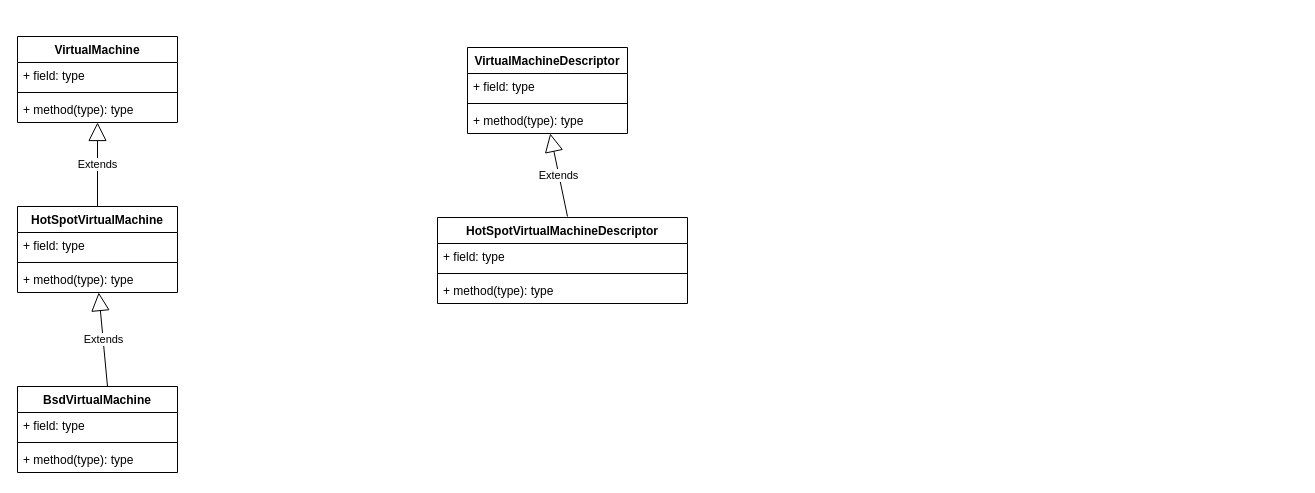
Before: jdk/tools.drawio in tadsimons/draw, a draw.io diagram. Source tidied: cells renumbered, new cells numbered last; positions are measured from the earlier drawing's top-left corner, leaving out a move shared by most shapes. Both pictures are drawn from the tidied source at 100%, with x=0, y=0 at pixel (17, 36).
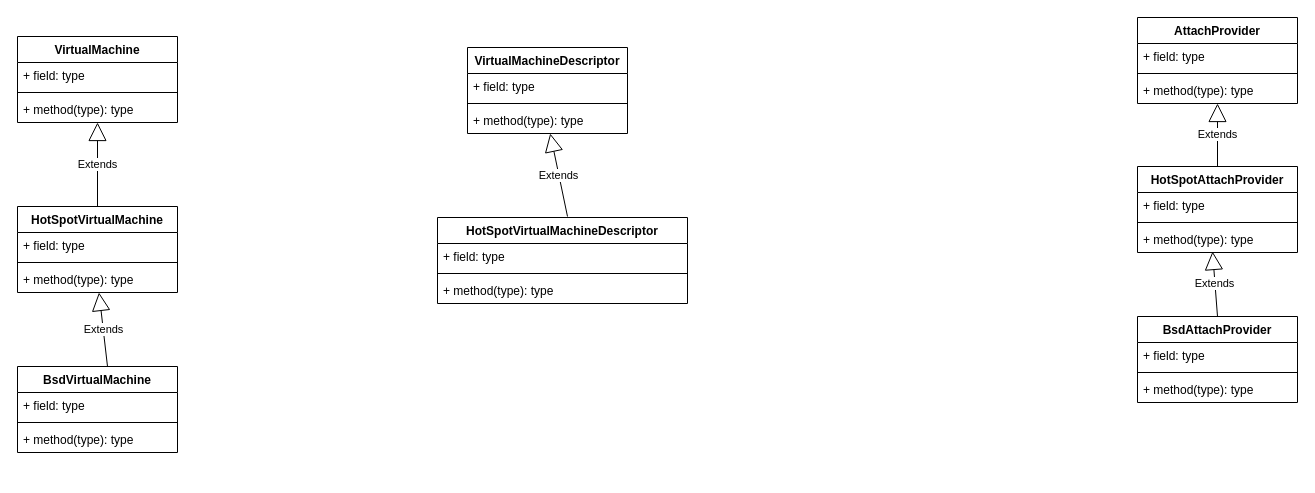
The same diagram, later.

The edit, as a diff of the source:
```diff
@@
     <mxCell id="11" value="BsdVirtualMachine" style="swimlane;fontStyle=1;align=center;verticalAlign=top;horizontal=1;startSize=26;" parent="1" vertex="1">
-      <mxGeometry y="350" width="160" height="86" as="geometry" />
+      <mxGeometry y="330" width="160" height="86" as="geometry" />
     </mxCell>
@@
+    <mxCell id="25" value="AttachProvider" style="swimlane;fontStyle=1;align=center;verticalAlign=top;horizontal=1;startSize=26;fillColor=#FFFFFF;" parent="1" vertex="1">
+      <mxGeometry x="1120" y="-19" width="160" height="86" as="geometry" />
+    </mxCell>
+    <mxCell id="26" value="+ field: type" style="text;strokeColor=none;fillColor=none;align=left;verticalAlign=top;spacingLeft=4;spacingRight=4;overflow=hidden;" parent="25" vertex="1">
+      <mxGeometry y="26" width="160" height="26" as="geometry" />
+    </mxCell>
+    <mxCell id="27" style="line;strokeWidth=1;fillColor=none;align=left;verticalAlign=middle;spacingTop=-1;spacingLeft=3;spacingRight=3;labelPosition=right;" parent="25" vertex="1">
+      <mxGeometry y="52" width="160" height="8" as="geometry" />
+    </mxCell>
+    <mxCell id="28" value="+ method(type): type" style="text;strokeColor=none;fillColor=none;align=left;verticalAlign=top;spacingLeft=4;spacingRight=4;overflow=hidden;points=[[0,0.5],[1,0.5]];portConstraint=eastwest;" parent="25" vertex="1">
+      <mxGeometry y="60" width="160" height="26" as="geometry" />
+    </mxCell>
+    <mxCell id="29" value="HotSpotAttachProvider" style="swimlane;fontStyle=1;align=center;verticalAlign=top;horizontal=1;startSize=26;fillColor=#FFFFFF;" parent="1" vertex="1">
+      <mxGeometry x="1120" y="130" width="160" height="86" as="geometry" />
+    </mxCell>
+    <mxCell id="30" value="Extends" style="endArrow=block;endSize=16;endFill=0;html=1;" parent="29" edge="1" target="28">
+      <mxGeometry relative="1" as="geometry">
+        <mxPoint x="80" as="sourcePoint" />
+      </mxGeometry>
+    </mxCell>
+    <mxCell id="31" value="+ field: type" style="text;strokeColor=none;fillColor=none;align=left;verticalAlign=top;spacingLeft=4;spacingRight=4;overflow=hidden;" parent="29" vertex="1">
+      <mxGeometry y="26" width="160" height="26" as="geometry" />
+    </mxCell>
+    <mxCell id="32" style="line;strokeWidth=1;fillColor=none;align=left;verticalAlign=middle;spacingTop=-1;spacingLeft=3;spacingRight=3;labelPosition=right;" parent="29" vertex="1">
+      <mxGeometry y="52" width="160" height="8" as="geometry" />
+    </mxCell>
+    <mxCell id="33" value="+ method(type): type" style="text;strokeColor=none;fillColor=none;align=left;verticalAlign=top;spacingLeft=4;spacingRight=4;overflow=hidden;points=[[0,0.5],[1,0.5]];portConstraint=eastwest;" parent="29" vertex="1">
+      <mxGeometry y="60" width="160" height="26" as="geometry" />
+    </mxCell>
+    <mxCell id="34" value="BsdAttachProvider" style="swimlane;fontStyle=1;align=center;verticalAlign=top;horizontal=1;startSize=26;fillColor=#FFFFFF;" parent="1" vertex="1">
+      <mxGeometry x="1120" y="280" width="160" height="86" as="geometry" />
+    </mxCell>
+    <mxCell id="35" value="Extends" style="endArrow=block;endSize=16;endFill=0;html=1;entryX=0.469;entryY=0.962;entryDx=0;entryDy=0;entryPerimeter=0;" parent="34" edge="1" target="33">
+      <mxGeometry relative="1" as="geometry">
+        <mxPoint x="80" as="sourcePoint" />
+      </mxGeometry>
+    </mxCell>
+    <mxCell id="36" value="+ field: type" style="text;strokeColor=none;fillColor=none;align=left;verticalAlign=top;spacingLeft=4;spacingRight=4;overflow=hidden;" parent="34" vertex="1">
+      <mxGeometry y="26" width="160" height="26" as="geometry" />
+    </mxCell>
+    <mxCell id="37" style="line;strokeWidth=1;fillColor=none;align=left;verticalAlign=middle;spacingTop=-1;spacingLeft=3;spacingRight=3;labelPosition=right;" parent="34" vertex="1">
+      <mxGeometry y="52" width="160" height="8" as="geometry" />
+    </mxCell>
+    <mxCell id="38" value="+ method(type): type" style="text;strokeColor=none;fillColor=none;align=left;verticalAlign=top;spacingLeft=4;spacingRight=4;overflow=hidden;" parent="34" vertex="1">
+      <mxGeometry y="60" width="160" height="26" as="geometry" />
+    </mxCell>
```
